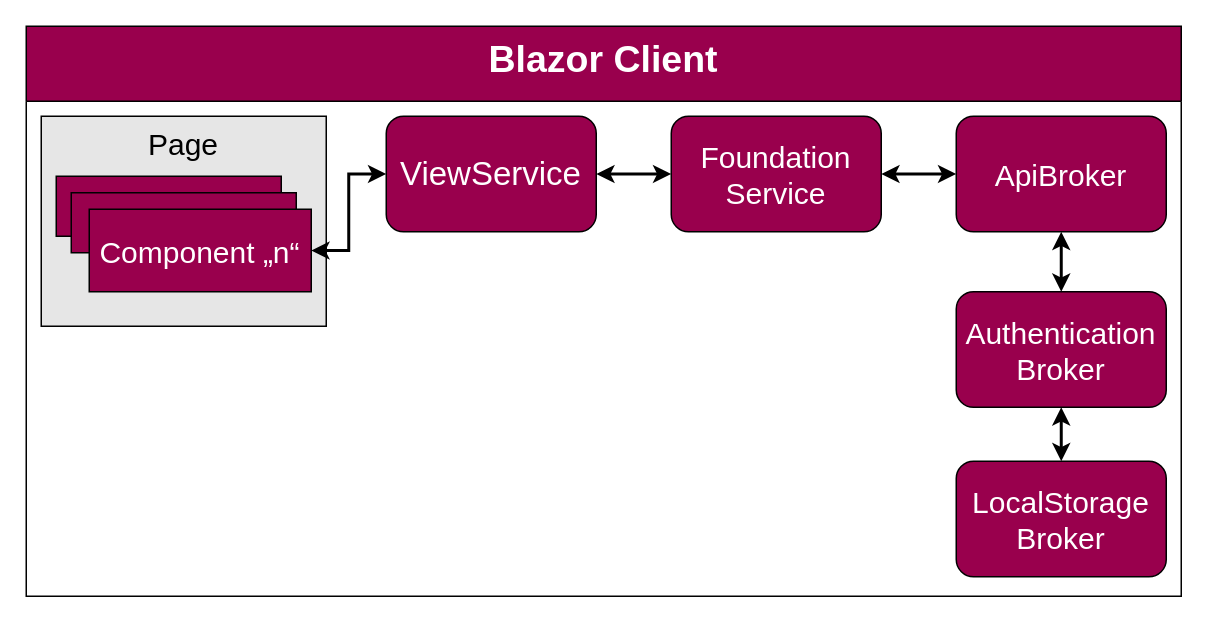
Before: page "Architektur-Blazor" (6 of 11) of Parlivote.Shared/Documentation/Untitled Diagram.drawio in schnickalodeon/Parlivote, a draw.io diagram. Source tidied: cells renumbered, new cells numbered last; positions are measured from the earlier drawing's top-left corner, leaving out a move shared by most shapes. Both pictures are drawn from the tidied source at 150%, with x=0, y=0 at pixel (26, 26).
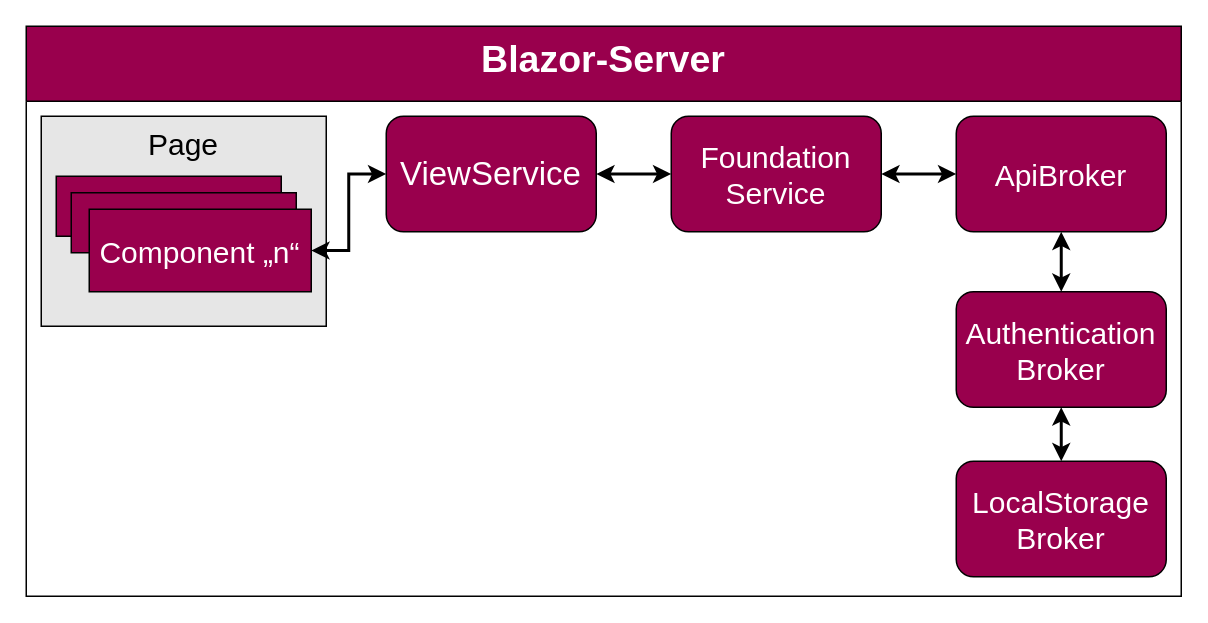
Above is the later version.

Change to the diagram source:
```diff
@@
 <mxGraphModel>
   <root>
     <mxCell id="0" />
     <mxCell id="1" parent="0" />
-    <mxCell id="2" value="Blazor Client" style="swimlane;fontSize=25;fontColor=#FFFFFF;strokeColor=#000000;strokeWidth=1;fillColor=#99004D;startSize=50;verticalAlign=top;" parent="1" vertex="1">
+    <mxCell id="2" value="Blazor-Server" style="swimlane;fontSize=25;fontColor=#FFFFFF;strokeColor=#000000;strokeWidth=1;fillColor=#99004D;startSize=50;verticalAlign=top;" parent="1" vertex="1">
       <mxGeometry width="770" height="380" as="geometry" />
     </mxCell>
     <mxCell id="3" value="Page" style="whiteSpace=wrap;html=1;fontSize=20;labelPosition=center;verticalLabelPosition=middle;align=center;verticalAlign=top;fillColor=#E6E6E6;" parent="2" vertex="1">
       <mxGeometry x="10" y="60" width="190" height="140" as="geometry" />
     </mxCell>
     <mxCell id="4" style="rounded=0;whiteSpace=wrap;html=1;fontSize=20;fillColor=#99004D;" parent="2" vertex="1">
       <mxGeometry x="20" y="100" width="150" height="40" as="geometry" />
     </mxCell>
     <mxCell id="5" style="edgeStyle=orthogonalEdgeStyle;rounded=0;jettySize=auto;html=1;exitX=1;exitY=0.5;exitDx=0;exitDy=0;entryX=0;entryY=0.5;entryDx=0;entryDy=0;fontSize=20;strokeWidth=2;startArrow=classic;startFill=1;" parent="2" edge="1" source="6" target="9">
       <mxGeometry relative="1" as="geometry" />
     </mxCell>
     <mxCell id="6" value="&lt;font style=&quot;font-size: 20px;&quot;&gt;&lt;span style=&quot;font-size: 20px;&quot;&gt;Foundation&lt;br style=&quot;font-size: 20px;&quot;&gt;Service&lt;br style=&quot;font-size: 20px;&quot;&gt;&lt;/span&gt;&lt;/font&gt;" style="rounded=1;whiteSpace=wrap;html=1;fontSize=20;fontColor=#FFFFFF;strokeColor=#000000;strokeWidth=1;fillColor=#99004D;" parent="2" vertex="1">
       <mxGeometry x="430" y="60" width="140" height="77" as="geometry" />
     </mxCell>
     <mxCell id="7" style="edgeStyle=orthogonalEdgeStyle;rounded=0;jettySize=auto;html=1;exitX=1;exitY=0.5;exitDx=0;exitDy=0;entryX=0;entryY=0.5;entryDx=0;entryDy=0;fontSize=20;startArrow=classic;startFill=1;strokeWidth=2;" parent="2" edge="1" source="8" target="6">
       <mxGeometry relative="1" as="geometry" />
     </mxCell>
     <mxCell id="8" value="&lt;font style=&quot;font-size: 22px;&quot;&gt;&lt;span style=&quot;&quot;&gt;ViewService&lt;br style=&quot;font-size: 20px;&quot;&gt;&lt;/span&gt;&lt;/font&gt;" style="rounded=1;whiteSpace=wrap;html=1;fontSize=20;fontColor=#FFFFFF;strokeColor=#000000;strokeWidth=1;fillColor=#99004D;" parent="2" vertex="1">
       <mxGeometry x="240" y="60" width="140" height="77" as="geometry" />
     </mxCell>
     <mxCell id="9" value="&lt;font style=&quot;font-size: 20px;&quot;&gt;&lt;span style=&quot;font-size: 20px;&quot;&gt;ApiBroker&lt;/span&gt;&lt;/font&gt;" style="rounded=1;whiteSpace=wrap;html=1;fontSize=20;fontColor=#FFFFFF;strokeColor=#000000;strokeWidth=1;fillColor=#99004D;" parent="2" vertex="1">
       <mxGeometry x="620" y="60" width="140" height="77" as="geometry" />
     </mxCell>
     <mxCell id="10" style="rounded=0;whiteSpace=wrap;html=1;fontSize=20;fillColor=#99004D;" parent="2" vertex="1">
       <mxGeometry x="30" y="111" width="150" height="40" as="geometry" />
     </mxCell>
     <mxCell id="11" style="edgeStyle=orthogonalEdgeStyle;rounded=0;jettySize=auto;html=1;exitX=1;exitY=0.5;exitDx=0;exitDy=0;fontSize=20;startArrow=classic;startFill=1;strokeWidth=2;" parent="2" edge="1" source="12" target="8">
       <mxGeometry relative="1" as="geometry" />
     </mxCell>
     <mxCell id="12" value="Component „n“" style="rounded=0;whiteSpace=wrap;html=1;fontSize=20;fillColor=#99004D;fontColor=#FFFFFF;" parent="2" vertex="1">
       <mxGeometry x="42" y="122" width="148" height="55" as="geometry" />
     </mxCell>
     <mxCell id="13" style="edgeStyle=orthogonalEdgeStyle;rounded=0;jettySize=auto;html=1;exitX=0.5;exitY=0;exitDx=0;exitDy=0;entryX=0.5;entryY=1;entryDx=0;entryDy=0;fontSize=20;fontColor=#FFFFFF;startArrow=classic;startFill=1;strokeWidth=2;" parent="2" edge="1" source="15" target="9">
       <mxGeometry relative="1" as="geometry" />
     </mxCell>
     <mxCell id="14" style="edgeStyle=orthogonalEdgeStyle;rounded=0;jettySize=auto;html=1;exitX=0.5;exitY=1;exitDx=0;exitDy=0;entryX=0.5;entryY=0;entryDx=0;entryDy=0;fontSize=20;fontColor=#FFFFFF;startArrow=classic;startFill=1;strokeWidth=2;" parent="2" edge="1" source="15" target="16">
       <mxGeometry relative="1" as="geometry" />
     </mxCell>
     <mxCell id="15" value="&lt;font style=&quot;font-size: 20px;&quot;&gt;&lt;span style=&quot;font-size: 20px;&quot;&gt;Authentication&lt;br style=&quot;font-size: 20px;&quot;&gt;Broker&lt;/span&gt;&lt;/font&gt;" style="rounded=1;whiteSpace=wrap;html=1;fontSize=20;fontColor=#FFFFFF;strokeColor=#000000;strokeWidth=1;fillColor=#99004D;" parent="2" vertex="1">
       <mxGeometry x="620" y="177" width="140" height="77" as="geometry" />
     </mxCell>
     <mxCell id="16" value="&lt;font style=&quot;font-size: 20px;&quot;&gt;&lt;span style=&quot;font-size: 20px;&quot;&gt;LocalStorage&lt;br style=&quot;font-size: 20px;&quot;&gt;Broker&lt;/span&gt;&lt;/font&gt;" style="rounded=1;whiteSpace=wrap;html=1;fontSize=20;fontColor=#FFFFFF;strokeColor=#000000;strokeWidth=1;fillColor=#99004D;" parent="2" vertex="1">
       <mxGeometry x="620" y="290" width="140" height="77" as="geometry" />
     </mxCell>
   </root>
 </mxGraphModel>
```
